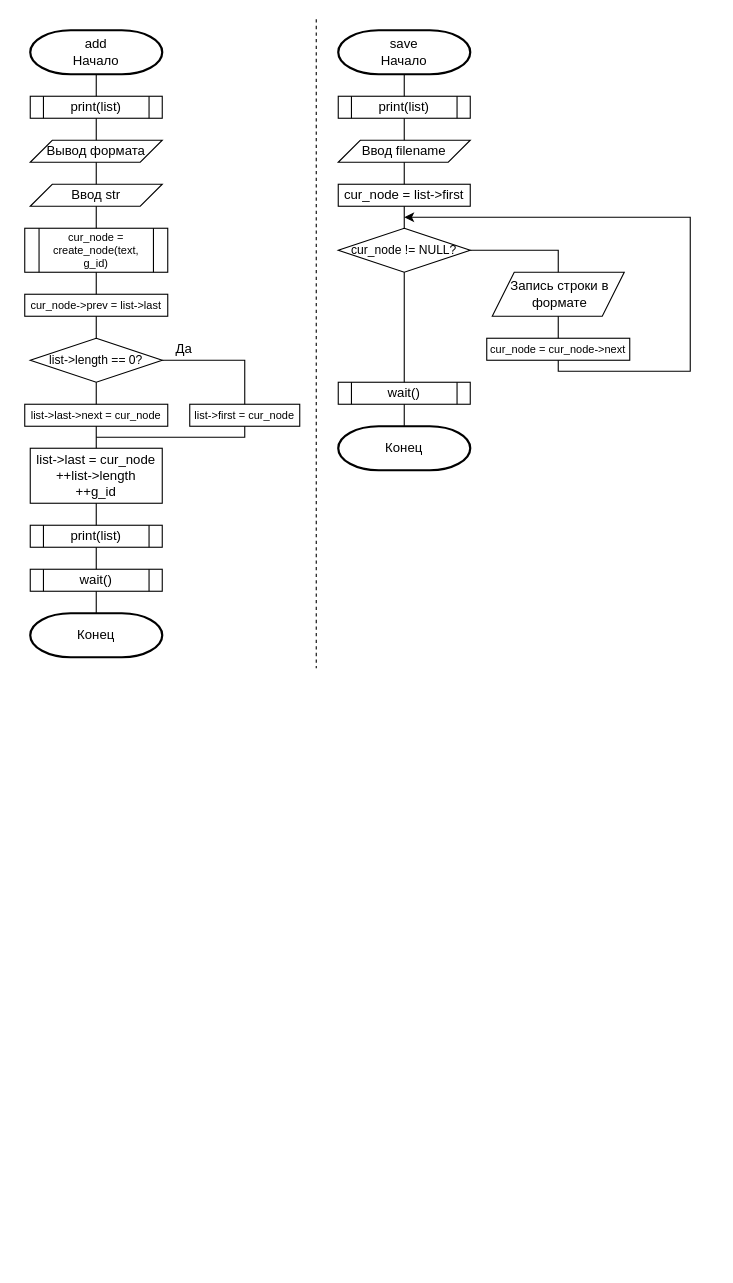
Before: page "add+save+D01(2)" (10 of 11) of images/Схема алгоритма.drawio in DexTver/course_work_sql, a draw.io diagram. Source tidied: cells renumbered, new cells numbered last; positions are measured from the earlier drawing's top-left corner, leaving out a move shared by most shapes. Both pictures are drawn from the tidied source at 110%, with x=0, y=0 at pixel (24, 19).
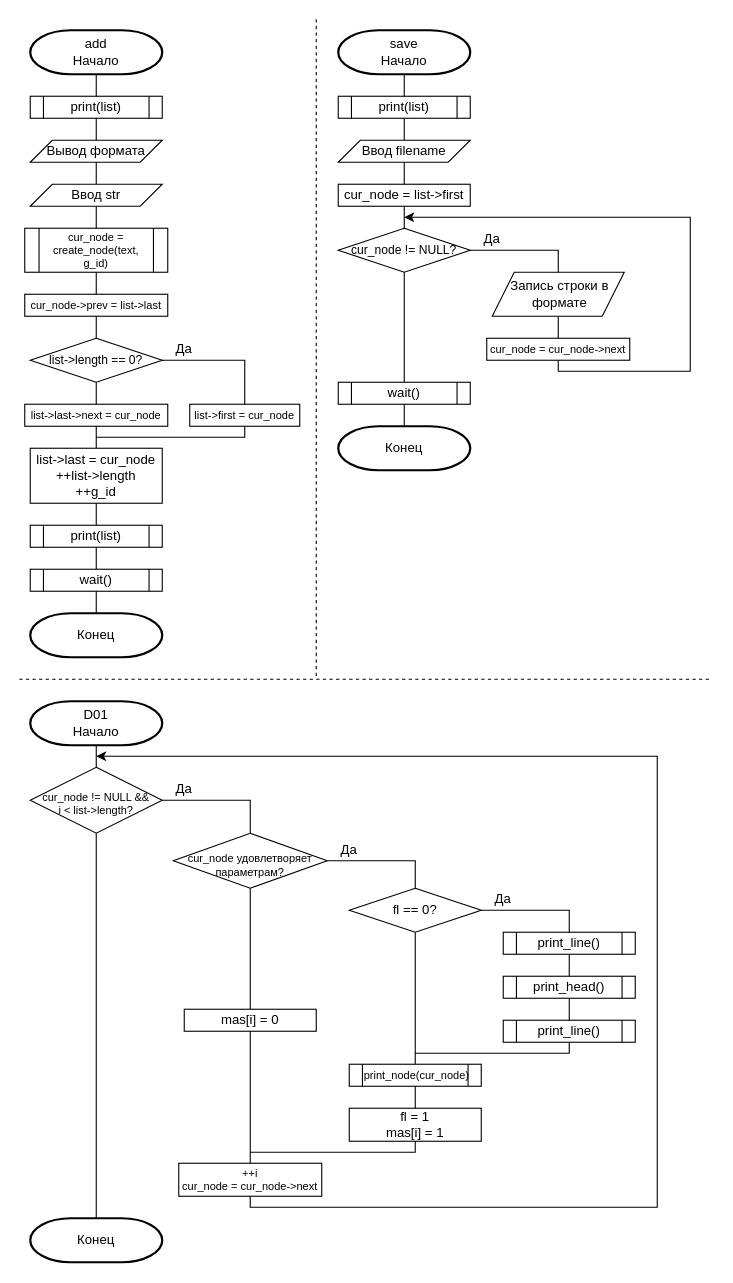
After the change.

What changed in the source:
```diff
@@
     <mxCell id="47" style="endArrow=none;dashed=1;html=1;rounded=0;" parent="1" edge="1">
       <mxGeometry relative="1" as="geometry">
         <mxPoint x="265" as="sourcePoint" />
-        <mxPoint x="265" y="590" as="targetPoint" />
+        <mxPoint x="265" y="600" as="targetPoint" />
       </mxGeometry>
     </mxCell>
+    <mxCell id="48" value="cur_node != NULL &amp;amp;&amp;amp; i &amp;lt; list-&amp;gt;length?" style="strokeWidth=1;html=1;shape=mxgraph.flowchart.decision;whiteSpace=wrap;fontSize=10;spacingLeft=10;spacingRight=10;spacingTop=6;" parent="1" vertex="1">
+      <mxGeometry x="5" y="680" width="120" height="60" as="geometry" />
+    </mxCell>
+    <mxCell id="49" value="cur_node удовлетворяет параметрам?" style="strokeWidth=1;html=1;shape=mxgraph.flowchart.decision;whiteSpace=wrap;fontSize=10;spacingTop=7;" parent="1" vertex="1">
+      <mxGeometry x="135" y="740" width="140" height="50" as="geometry" />
+    </mxCell>
+    <mxCell id="50" value="fl == 0?" style="strokeWidth=1;html=1;shape=mxgraph.flowchart.decision;whiteSpace=wrap;" parent="1" vertex="1">
+      <mxGeometry x="295" y="790" width="120" height="40" as="geometry" />
+    </mxCell>
+    <mxCell id="51" value="print_line()" style="shape=process;whiteSpace=wrap;html=1;backgroundOutline=1;" parent="1" vertex="1">
+      <mxGeometry x="435" y="830" width="120" height="20" as="geometry" />
+    </mxCell>
+    <mxCell id="52" value="print_line()" style="shape=process;whiteSpace=wrap;html=1;backgroundOutline=1;" parent="1" vertex="1">
+      <mxGeometry x="435" y="910" width="120" height="20" as="geometry" />
+    </mxCell>
+    <mxCell id="53" value="&lt;font style=&quot;font-size: 10px;&quot;&gt;print_node(cur_node)&lt;/font&gt;" style="shape=process;whiteSpace=wrap;html=1;backgroundOutline=1;fontSize=10;spacingLeft=3;" parent="1" vertex="1">
+      <mxGeometry x="295" y="950" width="120" height="20" as="geometry" />
+    </mxCell>
+    <mxCell id="54" style="endArrow=none;html=1;rounded=0;exitX=0.5;exitY=0;exitDx=0;exitDy=0;entryX=0.5;entryY=1;entryDx=0;entryDy=0;" parent="1" edge="1" source="52" target="55">
+      <mxGeometry relative="1" as="geometry" />
+    </mxCell>
+    <mxCell id="55" value="print_head()" style="shape=process;whiteSpace=wrap;html=1;backgroundOutline=1;" parent="1" vertex="1">
+      <mxGeometry x="435" y="870" width="120" height="20" as="geometry" />
+    </mxCell>
+    <mxCell id="56" style="endArrow=none;html=1;rounded=0;entryX=0.5;entryY=1;entryDx=0;entryDy=0;exitX=0.5;exitY=0;exitDx=0;exitDy=0;" parent="1" edge="1" source="55" target="51">
+      <mxGeometry relative="1" as="geometry" />
+    </mxCell>
+    <mxCell id="57" value="fl = 1&lt;div&gt;mas[i] = 1&lt;/div&gt;" style="rounded=0;whiteSpace=wrap;html=1;" parent="1" vertex="1">
+      <mxGeometry x="295" y="990" width="120" height="30" as="geometry" />
+    </mxCell>
+    <mxCell id="58" value="mas[i] = 0" style="rounded=0;whiteSpace=wrap;html=1;" parent="1" vertex="1">
+      <mxGeometry x="145" y="900" width="120" height="20" as="geometry" />
+    </mxCell>
+    <mxCell id="59" value="++i&lt;div style=&quot;font-size: 10px;&quot;&gt;cur_node = cur_node-&amp;gt;next&lt;/div&gt;" style="rounded=0;whiteSpace=wrap;html=1;fontSize=10;" parent="1" vertex="1">
+      <mxGeometry x="140" y="1040" width="130" height="30" as="geometry" />
+    </mxCell>
+    <mxCell id="60" style="endArrow=classic;html=1;rounded=0;exitX=0.5;exitY=1;exitDx=0;exitDy=0;" parent="1" edge="1" source="59">
+      <mxGeometry relative="1" as="geometry">
+        <mxPoint x="65" y="670" as="targetPoint" />
+        <Array as="points">
+          <mxPoint x="205" y="1080" />
+          <mxPoint x="575" y="1080" />
+          <mxPoint x="575" y="670" />
+        </Array>
+      </mxGeometry>
+    </mxCell>
+    <mxCell id="61" style="endArrow=none;html=1;rounded=0;entryX=0.5;entryY=1;entryDx=0;entryDy=0;exitX=0.5;exitY=0;exitDx=0;exitDy=0;exitPerimeter=0;entryPerimeter=0;" parent="1" edge="1" source="48" target="74">
+      <mxGeometry relative="1" as="geometry" />
+    </mxCell>
+    <mxCell id="62" style="endArrow=none;html=1;rounded=0;entryX=0.5;entryY=1;entryDx=0;entryDy=0;entryPerimeter=0;exitX=0.5;exitY=0;exitDx=0;exitDy=0;" parent="1" edge="1" source="58" target="49">
+      <mxGeometry relative="1" as="geometry" />
+    </mxCell>
+    <mxCell id="63" style="endArrow=none;html=1;rounded=0;entryX=0.5;entryY=1;entryDx=0;entryDy=0;exitX=0.5;exitY=0;exitDx=0;exitDy=0;" parent="1" edge="1" source="59" target="58">
+      <mxGeometry relative="1" as="geometry" />
+    </mxCell>
+    <mxCell id="64" style="endArrow=none;html=1;rounded=0;entryX=0.5;entryY=1;entryDx=0;entryDy=0;entryPerimeter=0;exitX=0.5;exitY=0;exitDx=0;exitDy=0;" parent="1" edge="1" source="53" target="50">
+      <mxGeometry relative="1" as="geometry" />
+    </mxCell>
+    <mxCell id="65" style="endArrow=none;html=1;rounded=0;entryX=1;entryY=0.5;entryDx=0;entryDy=0;entryPerimeter=0;exitX=0.5;exitY=0;exitDx=0;exitDy=0;exitPerimeter=0;" parent="1" edge="1" source="50" target="49">
+      <mxGeometry relative="1" as="geometry">
+        <Array as="points">
+          <mxPoint x="355" y="765" />
+        </Array>
+      </mxGeometry>
+    </mxCell>
+    <mxCell id="66" style="endArrow=none;html=1;rounded=0;entryX=1;entryY=0.5;entryDx=0;entryDy=0;entryPerimeter=0;exitX=0.5;exitY=0;exitDx=0;exitDy=0;exitPerimeter=0;" parent="1" edge="1" source="49" target="48">
+      <mxGeometry relative="1" as="geometry">
+        <Array as="points">
+          <mxPoint x="205" y="710" />
+        </Array>
+      </mxGeometry>
+    </mxCell>
+    <mxCell id="67" style="endArrow=none;html=1;rounded=0;entryX=1;entryY=0.5;entryDx=0;entryDy=0;entryPerimeter=0;exitX=0.5;exitY=0;exitDx=0;exitDy=0;" parent="1" edge="1" source="51" target="50">
+      <mxGeometry relative="1" as="geometry">
+        <Array as="points">
+          <mxPoint x="495" y="810" />
+        </Array>
+      </mxGeometry>
+    </mxCell>
+    <mxCell id="68" style="endArrow=none;html=1;rounded=0;entryX=0.5;entryY=1;entryDx=0;entryDy=0;" parent="1" edge="1" target="52">
+      <mxGeometry relative="1" as="geometry">
+        <mxPoint x="355" y="940" as="sourcePoint" />
+        <Array as="points">
+          <mxPoint x="495" y="940" />
+        </Array>
+      </mxGeometry>
+    </mxCell>
+    <mxCell id="69" style="endArrow=none;html=1;rounded=0;entryX=0.5;entryY=1;entryDx=0;entryDy=0;exitX=0.5;exitY=0;exitDx=0;exitDy=0;" parent="1" edge="1" source="57" target="53">
+      <mxGeometry relative="1" as="geometry" />
+    </mxCell>
+    <mxCell id="70" style="endArrow=none;html=1;rounded=0;entryX=0.5;entryY=1;entryDx=0;entryDy=0;" parent="1" edge="1" target="57">
+      <mxGeometry relative="1" as="geometry">
+        <mxPoint x="205" y="1030" as="sourcePoint" />
+        <Array as="points">
+          <mxPoint x="355" y="1030" />
+        </Array>
+      </mxGeometry>
+    </mxCell>
+    <mxCell id="71" value="Да" style="text;html=1;strokeColor=none;fillColor=none;align=center;verticalAlign=middle;whiteSpace=wrap;rounded=0;" parent="1" vertex="1">
+      <mxGeometry x="405" y="785" width="60" height="30" as="geometry" />
+    </mxCell>
+    <mxCell id="72" value="Да" style="text;html=1;strokeColor=none;fillColor=none;align=center;verticalAlign=middle;whiteSpace=wrap;rounded=0;" parent="1" vertex="1">
+      <mxGeometry x="265" y="740" width="60" height="30" as="geometry" />
+    </mxCell>
+    <mxCell id="73" value="Да" style="text;html=1;strokeColor=none;fillColor=none;align=center;verticalAlign=middle;whiteSpace=wrap;rounded=0;" parent="1" vertex="1">
+      <mxGeometry x="115" y="685" width="60" height="30" as="geometry" />
+    </mxCell>
+    <mxCell id="74" value="&lt;div&gt;D01&lt;/div&gt;Начало" style="strokeWidth=2;html=1;shape=mxgraph.flowchart.terminator;whiteSpace=wrap;" parent="1" vertex="1">
+      <mxGeometry x="5" y="620" width="120" height="40" as="geometry" />
+    </mxCell>
+    <mxCell id="75" value="Конец" style="strokeWidth=2;html=1;shape=mxgraph.flowchart.terminator;whiteSpace=wrap;" parent="1" vertex="1">
+      <mxGeometry x="5" y="1090" width="120" height="40" as="geometry" />
+    </mxCell>
+    <mxCell id="76" style="endArrow=none;html=1;rounded=0;entryX=0.5;entryY=1;entryDx=0;entryDy=0;entryPerimeter=0;exitX=0.5;exitY=0;exitDx=0;exitDy=0;exitPerimeter=0;" parent="1" edge="1" source="75" target="48">
+      <mxGeometry relative="1" as="geometry" />
+    </mxCell>
+    <mxCell id="77" style="endArrow=none;dashed=1;html=1;rounded=0;" parent="1" edge="1">
+      <mxGeometry relative="1" as="geometry">
+        <mxPoint x="-5" y="600" as="sourcePoint" />
+        <mxPoint x="625" y="600" as="targetPoint" />
+      </mxGeometry>
+    </mxCell>
+    <mxCell id="78" value="Да" style="text;html=1;strokeColor=none;fillColor=none;align=center;verticalAlign=middle;whiteSpace=wrap;rounded=0;" parent="1" vertex="1">
+      <mxGeometry x="395" y="185" width="60" height="30" as="geometry" />
+    </mxCell>
```
